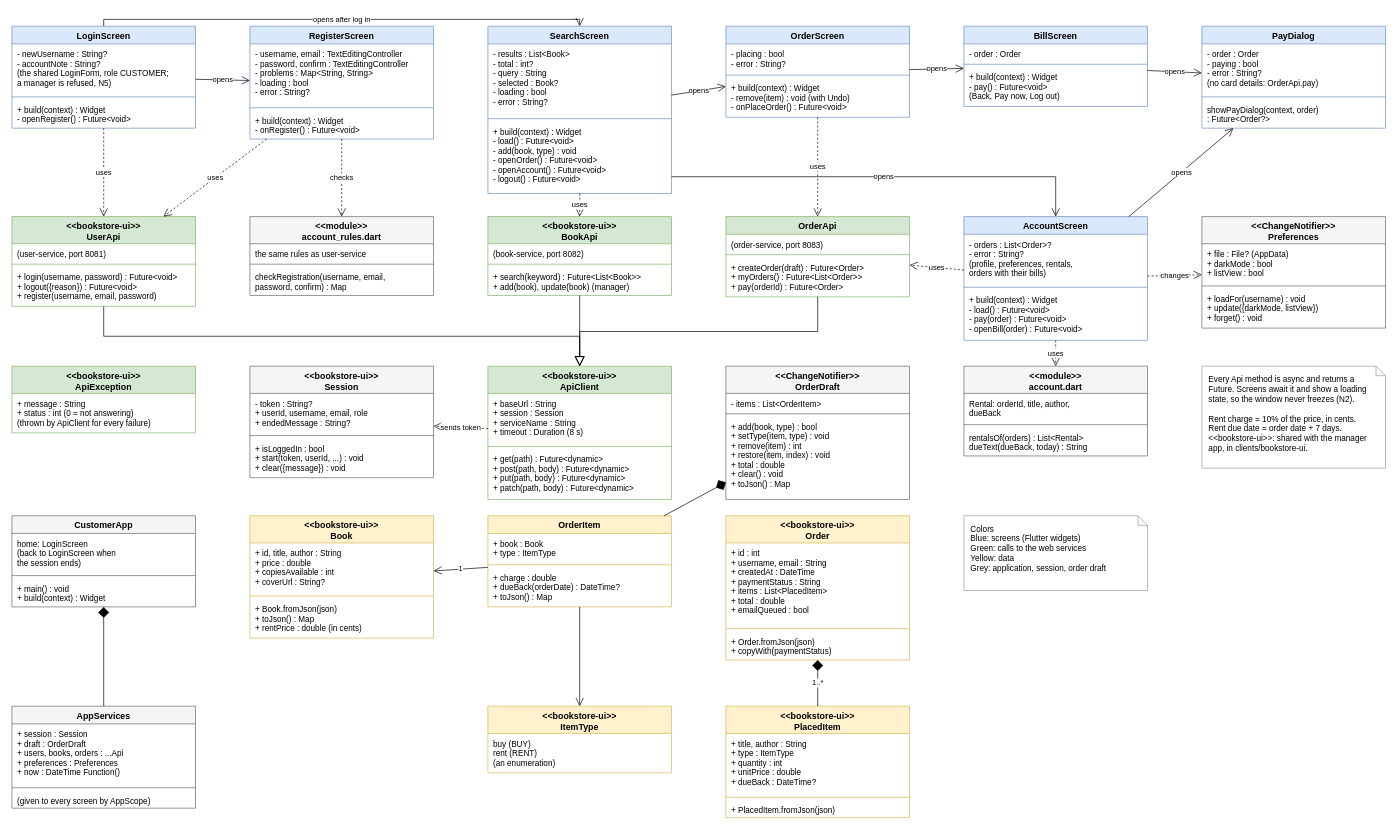
The draw.io diagram docs/02-design/diagrams/class-customer-app.drawio in KFUPMer/csce310-bookstore, before the edit. Source tidied: cells renumbered, new cells numbered last; positions are measured from the earlier drawing's top-left corner, leaving out a move shared by most shapes. Both pictures are drawn from the tidied source at 68%, with x=0, y=0 at pixel (12, 26).
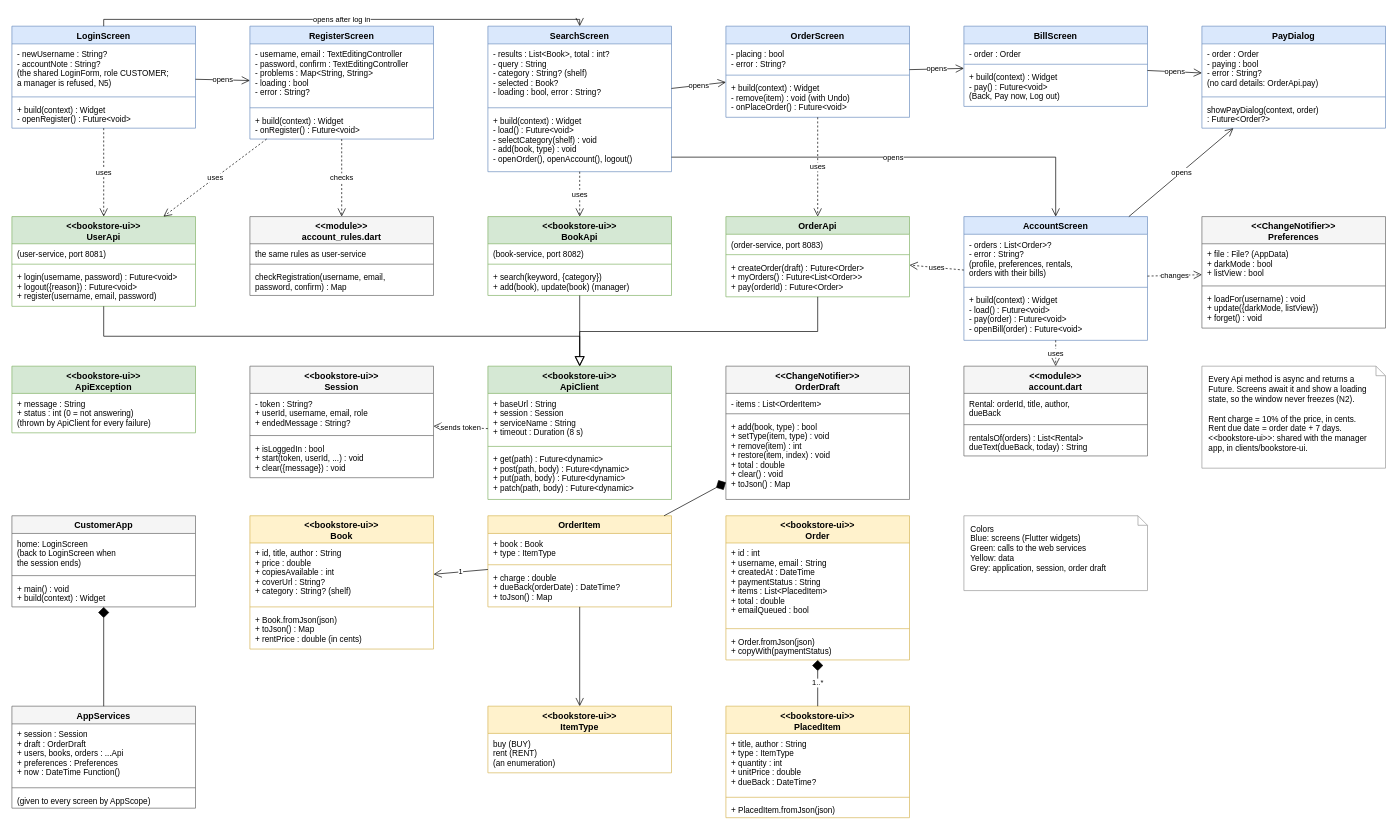
The same diagram, later.

Unchanged cells that the change refers to:
```xml
<mxCell id="46" value="&lt;&lt;bookstore-ui&gt;&gt;&#10;BookApi" style="swimlane;fontStyle=1;align=center;verticalAlign=top;horizontal=1;startSize=40;fillColor=#d5e8d4;strokeColor=#82b366;fontSize=13;" parent="1" vertex="1">
  <mxGeometry x="700" y="280" width="270" height="116" as="geometry" />
</mxCell>
```

Change to the diagram source:
```diff
@@
     <mxCell id="10" value="SearchScreen" style="swimlane;fontStyle=1;align=center;verticalAlign=top;horizontal=1;startSize=26;fillColor=#dae8fc;strokeColor=#6c8ebf;fontSize=13;" parent="1" vertex="1">
-      <mxGeometry x="700" width="270" height="246" as="geometry" />
+      <mxGeometry x="700" width="270" height="214" as="geometry" />
     </mxCell>
-    <mxCell id="11" value="- results : List&lt;Book&gt;&#10;- total : int?&#10;- query : String&#10;- selected : Book?&#10;- loading : bool&#10;- error : String?" style="text;strokeColor=none;fillColor=none;align=left;verticalAlign=top;spacingLeft=6;spacingRight=4;spacingTop=2;overflow=hidden;fontSize=12;" parent="10" vertex="1">
-      <mxGeometry y="26" width="270" height="106" as="geometry" />
+    <mxCell id="11" value="- results : List&lt;Book&gt;, total : int?&#10;- query : String&#10;- category : String?  (shelf)&#10;- selected : Book?&#10;- loading : bool, error : String?" style="text;strokeColor=none;fillColor=none;align=left;verticalAlign=top;spacingLeft=6;spacingRight=4;spacingTop=2;overflow=hidden;fontSize=12;" parent="10" vertex="1">
+      <mxGeometry y="26" width="270" height="90" as="geometry" />
     </mxCell>
     <mxCell id="12" style="line;strokeWidth=1;fillColor=none;align=left;verticalAlign=middle;spacingTop=-1;spacingLeft=3;spacingRight=3;labelPosition=right;strokeColor=inherit;" parent="10" vertex="1">
-      <mxGeometry y="132" width="270" height="8" as="geometry" />
+      <mxGeometry y="116" width="270" height="8" as="geometry" />
     </mxCell>
-    <mxCell id="13" value="+ build(context) : Widget&#10;- load() : Future&lt;void&gt;&#10;- add(book, type) : void&#10;- openOrder() : Future&lt;void&gt;&#10;- openAccount() : Future&lt;void&gt;&#10;- logout() : Future&lt;void&gt;" style="text;strokeColor=none;fillColor=none;align=left;verticalAlign=top;spacingLeft=6;spacingRight=4;spacingTop=2;overflow=hidden;fontSize=12;" parent="10" vertex="1">
-      <mxGeometry y="140" width="270" height="106" as="geometry" />
+    <mxCell id="13" value="+ build(context) : Widget&#10;- load() : Future&lt;void&gt;&#10;- selectCategory(shelf) : void&#10;- add(book, type) : void&#10;- openOrder(), openAccount(), logout()" style="text;strokeColor=none;fillColor=none;align=left;verticalAlign=top;spacingLeft=6;spacingRight=4;spacingTop=2;overflow=hidden;fontSize=12;" parent="10" vertex="1">
+      <mxGeometry y="124" width="270" height="90" as="geometry" />
     </mxCell>
@@
-    <mxCell id="49" value="+ search(keyword) : Future&lt;List&lt;Book&gt;&gt;&#10;+ add(book), update(book)  (manager)" style="text;strokeColor=none;fillColor=none;align=left;verticalAlign=top;spacingLeft=6;spacingRight=4;spacingTop=2;overflow=hidden;fontSize=12;" parent="46" vertex="1">
+    <mxCell id="49" value="+ search(keyword, {category})&#10;+ add(book), update(book)  (manager)" style="text;strokeColor=none;fillColor=none;align=left;verticalAlign=top;spacingLeft=6;spacingRight=4;spacingTop=2;overflow=hidden;fontSize=12;" parent="46" vertex="1">
       <mxGeometry y="74" width="270" height="42" as="geometry" />
     </mxCell>
@@
     <mxCell id="72" value="&lt;&lt;bookstore-ui&gt;&gt;&#10;Book" style="swimlane;fontStyle=1;align=center;verticalAlign=top;horizontal=1;startSize=40;fillColor=#fff2cc;strokeColor=#d6b656;fontSize=13;" parent="1" vertex="1">
-      <mxGeometry x="350" y="720" width="270" height="180" as="geometry" />
+      <mxGeometry x="350" y="720" width="270" height="196" as="geometry" />
     </mxCell>
-    <mxCell id="73" value="+ id, title, author : String&#10;+ price : double&#10;+ copiesAvailable : int&#10;+ coverUrl : String?" style="text;strokeColor=none;fillColor=none;align=left;verticalAlign=top;spacingLeft=6;spacingRight=4;spacingTop=2;overflow=hidden;fontSize=12;" parent="72" vertex="1">
-      <mxGeometry y="40" width="270" height="74" as="geometry" />
+    <mxCell id="73" value="+ id, title, author : String&#10;+ price : double&#10;+ copiesAvailable : int&#10;+ coverUrl : String?&#10;+ category : String?  (shelf)" style="text;strokeColor=none;fillColor=none;align=left;verticalAlign=top;spacingLeft=6;spacingRight=4;spacingTop=2;overflow=hidden;fontSize=12;" parent="72" vertex="1">
+      <mxGeometry y="40" width="270" height="90" as="geometry" />
     </mxCell>
     <mxCell id="74" style="line;strokeWidth=1;fillColor=none;align=left;verticalAlign=middle;spacingTop=-1;spacingLeft=3;spacingRight=3;labelPosition=right;strokeColor=inherit;" parent="72" vertex="1">
-      <mxGeometry y="114" width="270" height="8" as="geometry" />
+      <mxGeometry y="130" width="270" height="8" as="geometry" />
     </mxCell>
     <mxCell id="75" value="+ Book.fromJson(json)&#10;+ toJson() : Map&#10;+ rentPrice : double  (in cents)" style="text;strokeColor=none;fillColor=none;align=left;verticalAlign=top;spacingLeft=6;spacingRight=4;spacingTop=2;overflow=hidden;fontSize=12;" parent="72" vertex="1">
-      <mxGeometry y="122" width="270" height="58" as="geometry" />
+      <mxGeometry y="138" width="270" height="58" as="geometry" />
     </mxCell>
```
